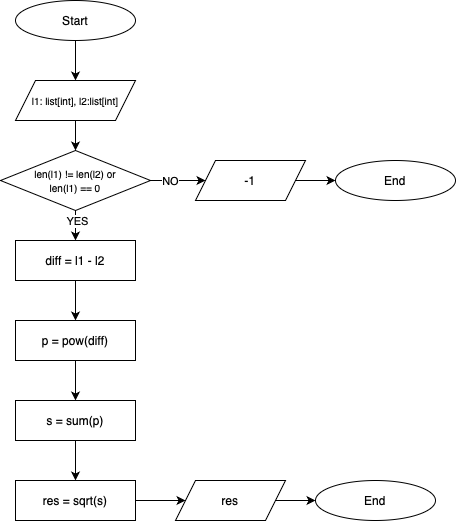
Earlier version of the draw.io export data/diagrams/psb2/vector distance/fc/l3.drawio.png (carlodenardin/multimodal-human-eval). Source tidied: cells renumbered, new cells last; positions are measured from the earlier drawing's top-left corner, leaving out a move shared by most shapes. Source of this version:
```xml
<mxGraphModel background="#FFFFFF">
  <root>
    <mxCell id="0" />
    <mxCell id="1" parent="0" />
    <mxCell id="2" value="Start" style="ellipse;whiteSpace=wrap;html=1;" parent="1" vertex="1">
      <mxGeometry x="15" width="120" height="40" as="geometry" />
    </mxCell>
    <mxCell id="3" value="l1: list[int], l2:list[int]" style="shape=parallelogram;perimeter=parallelogramPerimeter;whiteSpace=wrap;html=1;fixedSize=1;fontSize=10;" parent="1" vertex="1">
      <mxGeometry x="15" y="80" width="120" height="40" as="geometry" />
    </mxCell>
    <mxCell id="4" value="&lt;font style=&quot;font-size: 10px;&quot;&gt;len(l1) != len(l2) or&lt;/font&gt;&lt;div&gt;&lt;font style=&quot;font-size: 10px;&quot;&gt;len(l1) == 0&lt;/font&gt;&lt;/div&gt;" style="rhombus;whiteSpace=wrap;html=1;" parent="1" vertex="1">
      <mxGeometry y="150" width="150" height="60" as="geometry" />
    </mxCell>
    <mxCell id="5" style="endArrow=classic;html=1;rounded=0;exitX=0.5;exitY=1;exitDx=0;exitDy=0;entryX=0.5;entryY=0;entryDx=0;entryDy=0;" parent="1" edge="1" source="2" target="3">
      <mxGeometry relative="1" as="geometry" />
    </mxCell>
    <mxCell id="6" style="endArrow=classic;html=1;rounded=0;exitX=0.5;exitY=1;exitDx=0;exitDy=0;entryX=0.5;entryY=0;entryDx=0;entryDy=0;" parent="1" edge="1" source="3" target="4">
      <mxGeometry relative="1" as="geometry" />
    </mxCell>
    <mxCell id="7" value="-1" style="shape=parallelogram;perimeter=parallelogramPerimeter;whiteSpace=wrap;html=1;fixedSize=1;" parent="1" vertex="1">
      <mxGeometry x="195" y="160" width="110" height="40" as="geometry" />
    </mxCell>
    <mxCell id="8" value="End" style="ellipse;whiteSpace=wrap;html=1;" parent="1" vertex="1">
      <mxGeometry x="335" y="160" width="120" height="40" as="geometry" />
    </mxCell>
    <mxCell id="9" style="endArrow=classic;html=1;rounded=0;exitX=1;exitY=0.5;exitDx=0;exitDy=0;entryX=0;entryY=0.5;entryDx=0;entryDy=0;" parent="1" edge="1" source="4" target="7">
      <mxGeometry relative="1" as="geometry" />
    </mxCell>
    <mxCell id="10" value="NO" style="edgeLabel;html=1;align=center;verticalAlign=middle;" parent="9" vertex="1">
      <mxGeometry x="-0.29" y="-2" relative="1" as="geometry">
        <mxPoint y="-2" as="offset" />
      </mxGeometry>
    </mxCell>
    <mxCell id="11" style="endArrow=classic;html=1;rounded=0;exitX=1;exitY=0.5;exitDx=0;exitDy=0;entryX=0;entryY=0.5;entryDx=0;entryDy=0;" parent="1" edge="1" source="7" target="8">
      <mxGeometry relative="1" as="geometry" />
    </mxCell>
    <mxCell id="12" value="diff = l1 - l2" style="rounded=0;whiteSpace=wrap;html=1;" parent="1" vertex="1">
      <mxGeometry x="15" y="240" width="120" height="40" as="geometry" />
    </mxCell>
    <mxCell id="13" value="p = pow(diff)" style="rounded=0;whiteSpace=wrap;html=1;" parent="1" vertex="1">
      <mxGeometry x="15" y="320" width="120" height="40" as="geometry" />
    </mxCell>
    <mxCell id="14" value="s = sum(p)" style="rounded=0;whiteSpace=wrap;html=1;" parent="1" vertex="1">
      <mxGeometry x="15" y="400" width="120" height="40" as="geometry" />
    </mxCell>
    <mxCell id="15" value="res = sqrt(s)" style="rounded=0;whiteSpace=wrap;html=1;" parent="1" vertex="1">
      <mxGeometry x="15" y="480" width="120" height="40" as="geometry" />
    </mxCell>
    <mxCell id="16" value="res" style="shape=parallelogram;perimeter=parallelogramPerimeter;whiteSpace=wrap;html=1;fixedSize=1;" parent="1" vertex="1">
      <mxGeometry x="175" y="480" width="110" height="40" as="geometry" />
    </mxCell>
    <mxCell id="17" value="End" style="ellipse;whiteSpace=wrap;html=1;" parent="1" vertex="1">
      <mxGeometry x="315" y="480" width="120" height="40" as="geometry" />
    </mxCell>
    <mxCell id="18" style="endArrow=classic;html=1;rounded=0;entryX=0;entryY=0.5;entryDx=0;entryDy=0;exitX=1;exitY=0.5;exitDx=0;exitDy=0;" parent="1" edge="1" source="16" target="17">
      <mxGeometry relative="1" as="geometry" />
    </mxCell>
    <mxCell id="19" style="endArrow=classic;html=1;rounded=0;entryX=0;entryY=0.5;entryDx=0;entryDy=0;exitX=1;exitY=0.5;exitDx=0;exitDy=0;" parent="1" edge="1" source="15" target="16">
      <mxGeometry relative="1" as="geometry" />
    </mxCell>
    <mxCell id="20" style="endArrow=classic;html=1;rounded=0;entryX=0.5;entryY=0;entryDx=0;entryDy=0;exitX=0.5;exitY=1;exitDx=0;exitDy=0;" parent="1" edge="1" source="14" target="15">
      <mxGeometry relative="1" as="geometry" />
    </mxCell>
    <mxCell id="21" style="endArrow=classic;html=1;rounded=0;entryX=0.5;entryY=0;entryDx=0;entryDy=0;exitX=0.5;exitY=1;exitDx=0;exitDy=0;" parent="1" edge="1" source="13" target="14">
      <mxGeometry relative="1" as="geometry" />
    </mxCell>
    <mxCell id="22" style="endArrow=classic;html=1;rounded=0;entryX=0.5;entryY=0;entryDx=0;entryDy=0;exitX=0.5;exitY=1;exitDx=0;exitDy=0;" parent="1" edge="1" source="12" target="13">
      <mxGeometry relative="1" as="geometry" />
    </mxCell>
    <mxCell id="23" style="endArrow=classic;html=1;rounded=0;entryX=0.5;entryY=0;entryDx=0;entryDy=0;exitX=0.5;exitY=1;exitDx=0;exitDy=0;" parent="1" edge="1" source="4" target="12">
      <mxGeometry relative="1" as="geometry" />
    </mxCell>
    <mxCell id="24" value="YES" style="edgeLabel;html=1;align=center;verticalAlign=middle;" parent="23" vertex="1">
      <mxGeometry x="-0.35" y="2" relative="1" as="geometry">
        <mxPoint x="-1" as="offset" />
      </mxGeometry>
    </mxCell>
  </root>
</mxGraphModel>
```
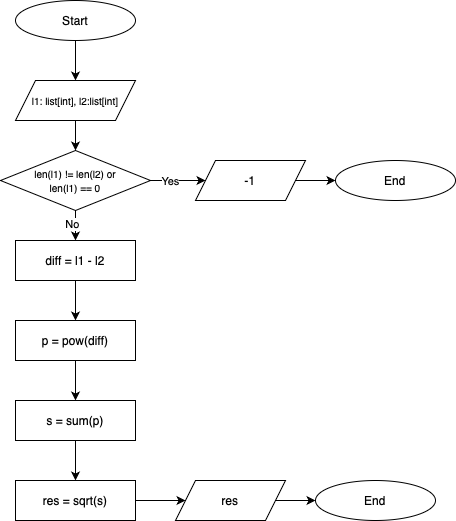
After the change.

Diff of the diagram source:
```diff
@@ -1,4 +1,4 @@
-<mxGraphModel background="#FFFFFF">
+<mxGraphModel background="#ffffff">
   <root>
     <mxCell id="0" />
     <mxCell id="1" parent="0" />
@@ -26,7 +26,7 @@
     <mxCell id="9" style="endArrow=classic;html=1;rounded=0;exitX=1;exitY=0.5;exitDx=0;exitDy=0;entryX=0;entryY=0.5;entryDx=0;entryDy=0;" parent="1" edge="1" source="4" target="7">
       <mxGeometry relative="1" as="geometry" />
     </mxCell>
-    <mxCell id="10" value="NO" style="edgeLabel;html=1;align=center;verticalAlign=middle;" parent="9" vertex="1">
+    <mxCell id="10" value="Yes" style="edgeLabel;html=1;align=center;verticalAlign=middle;" parent="9" vertex="1">
       <mxGeometry x="-0.29" y="-2" relative="1" as="geometry">
         <mxPoint y="-2" as="offset" />
       </mxGeometry>
@@ -70,10 +70,8 @@
     <mxCell id="23" style="endArrow=classic;html=1;rounded=0;entryX=0.5;entryY=0;entryDx=0;entryDy=0;exitX=0.5;exitY=1;exitDx=0;exitDy=0;" parent="1" edge="1" source="4" target="12">
       <mxGeometry relative="1" as="geometry" />
     </mxCell>
-    <mxCell id="24" value="YES" style="edgeLabel;html=1;align=center;verticalAlign=middle;" parent="23" vertex="1">
-      <mxGeometry x="-0.35" y="2" relative="1" as="geometry">
-        <mxPoint x="-1" as="offset" />
-      </mxGeometry>
-    </mxCell>
+    <mxCell id="25" value="No" style="edgeLabel;html=1;align=center;verticalAlign=middle;" parent="23" vertex="1">
+      <mxGeometry x="-0.13" y="-4" relative="1" as="geometry" />
+    </mxCell>
   </root>
 </mxGraphModel>
```
